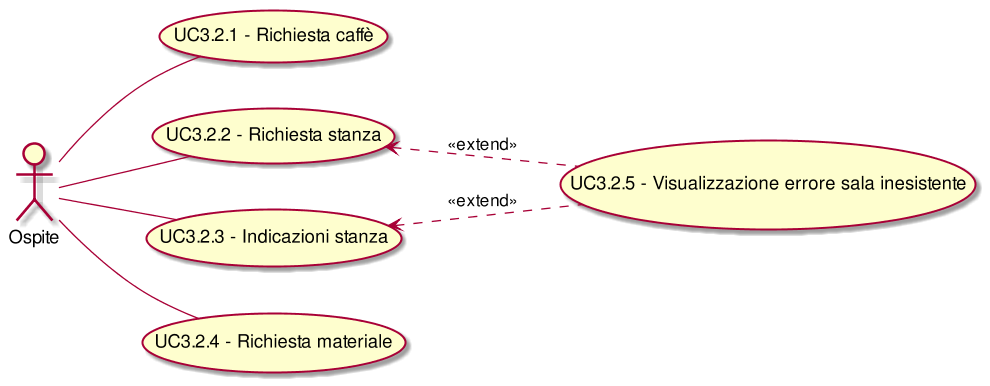
Before: RR/Esterni/AnalisiDeiRequisiti/images/UseCaseUC32.png, a diagram exported from PlantUML (CoCodeSWE/Docs).
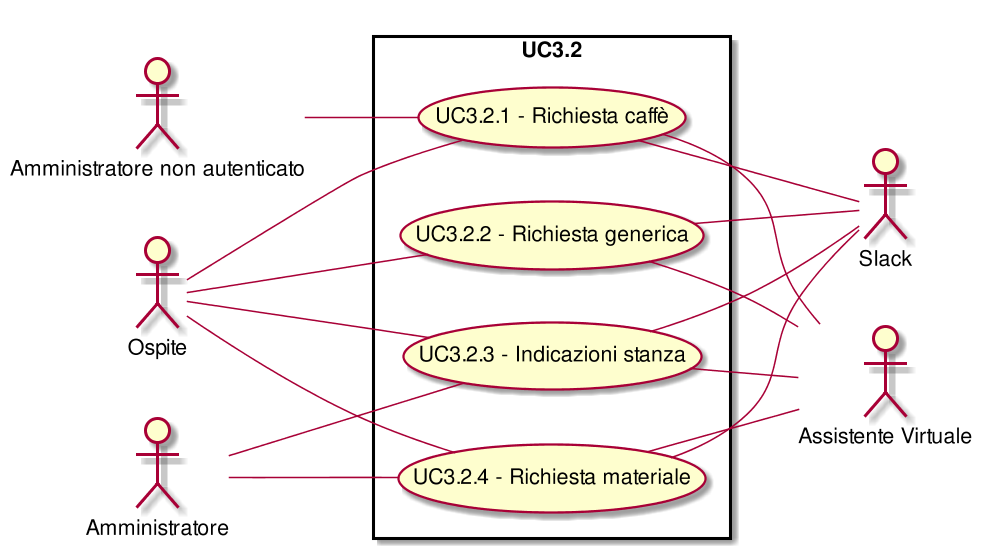
The same diagram one commit later.

What changed in the source:
```diff
@@ -1,15 +1,42 @@
 @startuml
 scale 1000*1000
 left to right direction
-(UC3.2.2) <.. (UC3.2.5): <<extend>>
-(UC3.2.3) <.. (UC3.2.5): <<extend>>
+skinparam packageStyle rect
+:Ospite:
+:Slack:
+:Assistente Virtuale:
+:Amministratore non autenticato:
+:Amministratore:
+rectangle UC3.2{
 ( UC3.2.1 - Richiesta caffè ) as (UC3.2.1)
 :Ospite:--(UC3.2.1)
-( UC3.2.2 - Richiesta stanza ) as (UC3.2.2)
+( UC3.2.1 - Richiesta caffè ) as (UC3.2.1)
+(UC3.2.1)--:Slack:
+( UC3.2.1 - Richiesta caffè ) as (UC3.2.1)
+(UC3.2.1)--:Assistente Virtuale:
+( UC3.2.1 - Richiesta caffè ) as (UC3.2.1)
+:Amministratore non autenticato:--(UC3.2.1)
+( UC3.2.2 - Richiesta generica ) as (UC3.2.2)
 :Ospite:--(UC3.2.2)
+( UC3.2.2 - Richiesta generica ) as (UC3.2.2)
+(UC3.2.2)--:Slack:
+( UC3.2.2 - Richiesta generica ) as (UC3.2.2)
+(UC3.2.2)--:Assistente Virtuale:
 ( UC3.2.3 - Indicazioni stanza ) as (UC3.2.3)
 :Ospite:--(UC3.2.3)
+( UC3.2.3 - Indicazioni stanza ) as (UC3.2.3)
+(UC3.2.3)--:Slack:
+( UC3.2.3 - Indicazioni stanza ) as (UC3.2.3)
+:Amministratore:--(UC3.2.3)
+( UC3.2.3 - Indicazioni stanza ) as (UC3.2.3)
+(UC3.2.3)--:Assistente Virtuale:
 ( UC3.2.4 - Richiesta materiale ) as (UC3.2.4)
 :Ospite:--(UC3.2.4)
-( UC3.2.5 - Visualizzazione errore sala inesistente ) as (UC3.2.5)
+( UC3.2.4 - Richiesta materiale ) as (UC3.2.4)
+(UC3.2.4)--:Slack:
+( UC3.2.4 - Richiesta materiale ) as (UC3.2.4)
+:Amministratore:--(UC3.2.4)
+( UC3.2.4 - Richiesta materiale ) as (UC3.2.4)
+(UC3.2.4)--:Assistente Virtuale:
+}
 @enduml
```
